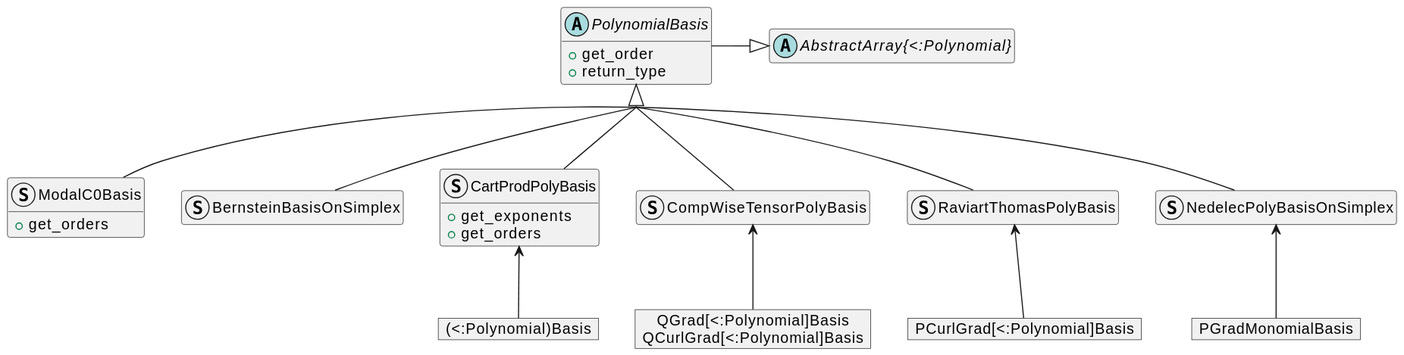
Earlier version of the PlantUML export docs/src/assets/poly_2.svg (gridap/Gridap.jl).
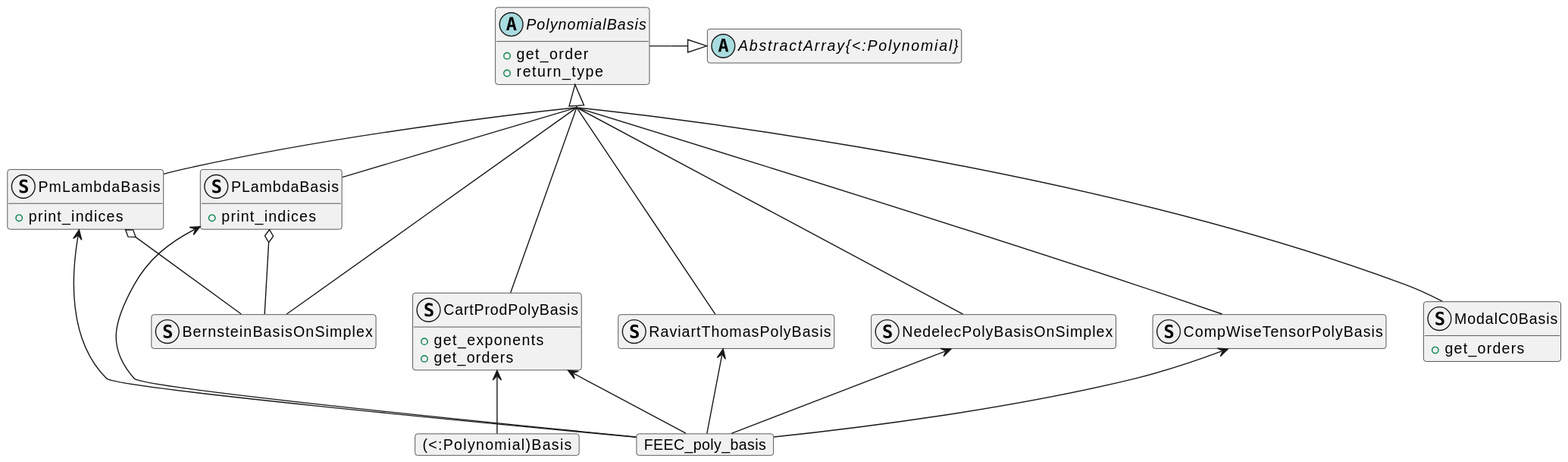
Above is the later version.

What changed in the source:
```diff
@@ -12,7 +12,7 @@
 a1 <|-left- PolynomialBasis
 
 together {
-  struct UniformPolyBasis {
+  struct CartProdPolyBasis {
     +get_exponents
     +get_orders
   }
@@ -25,19 +25,32 @@
   }
 }
 
-PolynomialBasis <|-- UniformPolyBasis
-PolynomialBasis <|-- CompWiseTensorPolyBasis
-PolynomialBasis <|-- RaviartThomasPolyBasis
-PolynomialBasis <|-- NedelecPolyBasisOnSimplex
-PolynomialBasis <|-- BernsteinBasisOnSimplex
-PolynomialBasis <|-- ModalC0Basis
+struct PLambdaBasis {
+  +print_indices
+}
+struct PmLambdaBasis {
+  +print_indices
+}
+
+PolynomialBasis <|.. CartProdPolyBasis
+PolynomialBasis <|.. CompWiseTensorPolyBasis
+PolynomialBasis <|.. RaviartThomasPolyBasis
+PolynomialBasis <|.. NedelecPolyBasisOnSimplex
+PolynomialBasis <|.. BernsteinBasisOnSimplex
+PolynomialBasis <|.. ModalC0Basis
+PolynomialBasis <|.. PmLambdaBasis
+PolynomialBasis <|.. PLambdaBasis
 
 object "(<:Polynomial)Basis" as m1
-object "QGrad[<:Polynomial]Basis\nQCurlGrad[<:Polynomial]Basis" as m2
-object "PCurlGrad[<:Polynomial]Basis" as m4
-object "PGradMonomialBasis" as m5
-UniformPolyBasis <-down- m1
-CompWiseTensorPolyBasis <-down- m2
-RaviartThomasPolyBasis <-down- m4
-NedelecPolyBasisOnSimplex <-down- m5
+object "FEEC_poly_basis" as m2
+
+CartProdPolyBasis <-- m1
+PmLambdaBasis o-- BernsteinBasisOnSimplex
+PLambdaBasis o-- BernsteinBasisOnSimplex
+CartProdPolyBasis <-- m2
+CompWiseTensorPolyBasis <-- m2
+RaviartThomasPolyBasis <-- m2
+NedelecPolyBasisOnSimplex <-- m2
+PmLambdaBasis <-- m2
+PLambdaBasis <-- m2
 @enduml
```
